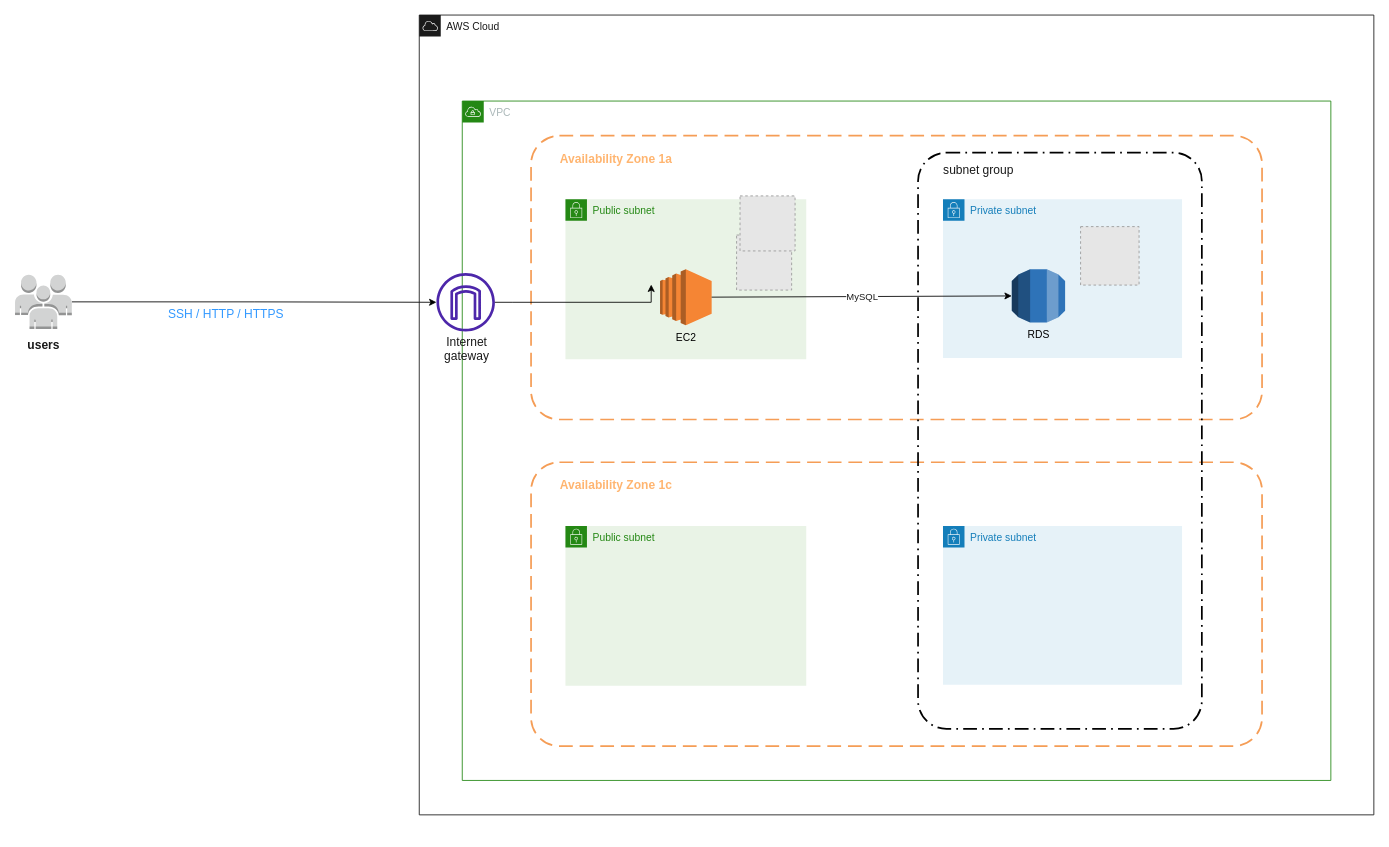
Before: diagram/AWS Diagram.drawio in ngsw877/aws-infrastructure, a draw.io diagram. Source tidied: cells renumbered, new cells numbered last; positions are measured from the earlier drawing's top-left corner, leaving out a move shared by most shapes. Both pictures are drawn from the tidied source at 86%, with x=0, y=0 at pixel (15, 15). Pictures stored in the file or linked from it are replaced by grey dashed boxes.
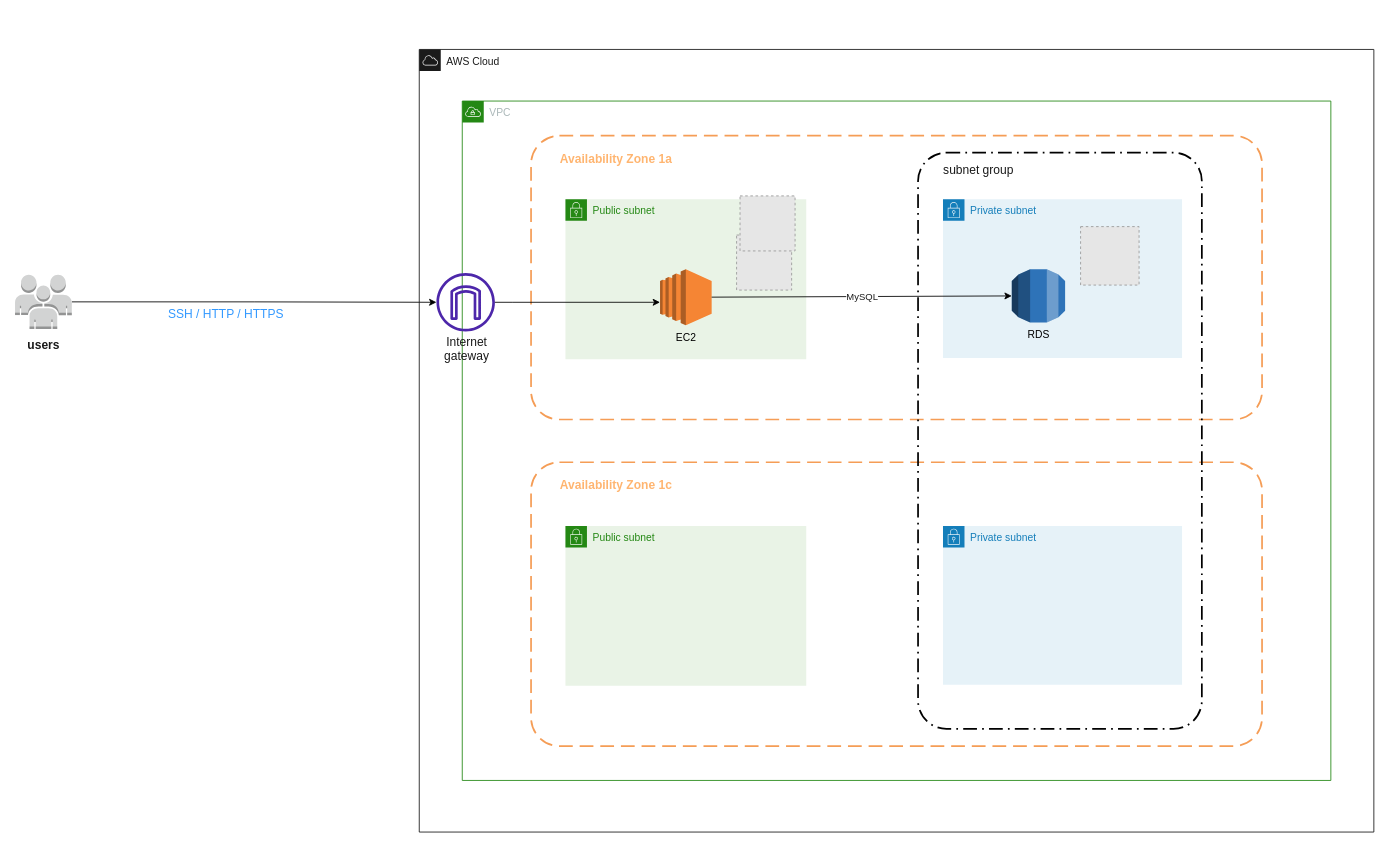
After the change.

The change refers to these unchanged cells:
```xml
<mxCell id="27" style="sketch=0;outlineConnect=0;fontColor=#232F3E;gradientColor=none;fillColor=#4D27AA;strokeColor=none;dashed=0;verticalLabelPosition=bottom;verticalAlign=top;align=center;html=1;fontSize=12;fontStyle=0;shape=mxgraph.aws4.internet_gateway;" parent="26" vertex="1">
  <mxGeometry width="68" height="68" as="geometry" />
</mxCell>
```

The edit, as a diff of the source:
```diff
@@
     <mxCell id="25" value="&lt;font color=&quot;#1a1a1a&quot;&gt;AWS Cloud&lt;/font&gt;" style="sketch=0;outlineConnect=0;gradientColor=none;html=1;whiteSpace=wrap;fontSize=12;fontStyle=0;shape=mxgraph.aws4.group;grIcon=mxgraph.aws4.group_aws_cloud;strokeColor=#1A1A1A;fillColor=none;verticalAlign=top;align=left;spacingLeft=30;fontColor=#AAB7B8;dashed=0;" parent="1" vertex="1">
-      <mxGeometry x="470" width="1110" height="930" as="geometry" />
+      <mxGeometry x="470" y="40" width="1110" height="910" as="geometry" />
     </mxCell>
@@
-    <mxCell id="32" style="edgeStyle=orthogonalEdgeStyle;rounded=0;jettySize=auto;html=1;fontSize=14;fontColor=#1A1A1A;entryX=0.243;entryY=0.337;entryDx=0;entryDy=0;entryPerimeter=0;" parent="1" edge="1" source="27" target="25">
+    <mxCell id="32" style="edgeStyle=orthogonalEdgeStyle;rounded=0;jettySize=auto;html=1;fontSize=14;fontColor=#1A1A1A;" parent="1" edge="1" source="27">
       <mxGeometry relative="1" as="geometry">
+        <mxPoint x="750" y="334" as="targetPoint" />
         <Array as="points">
           <mxPoint x="578" y="334" />
           <mxPoint x="578" y="334" />
         </Array>
       </mxGeometry>
     </mxCell>
```
